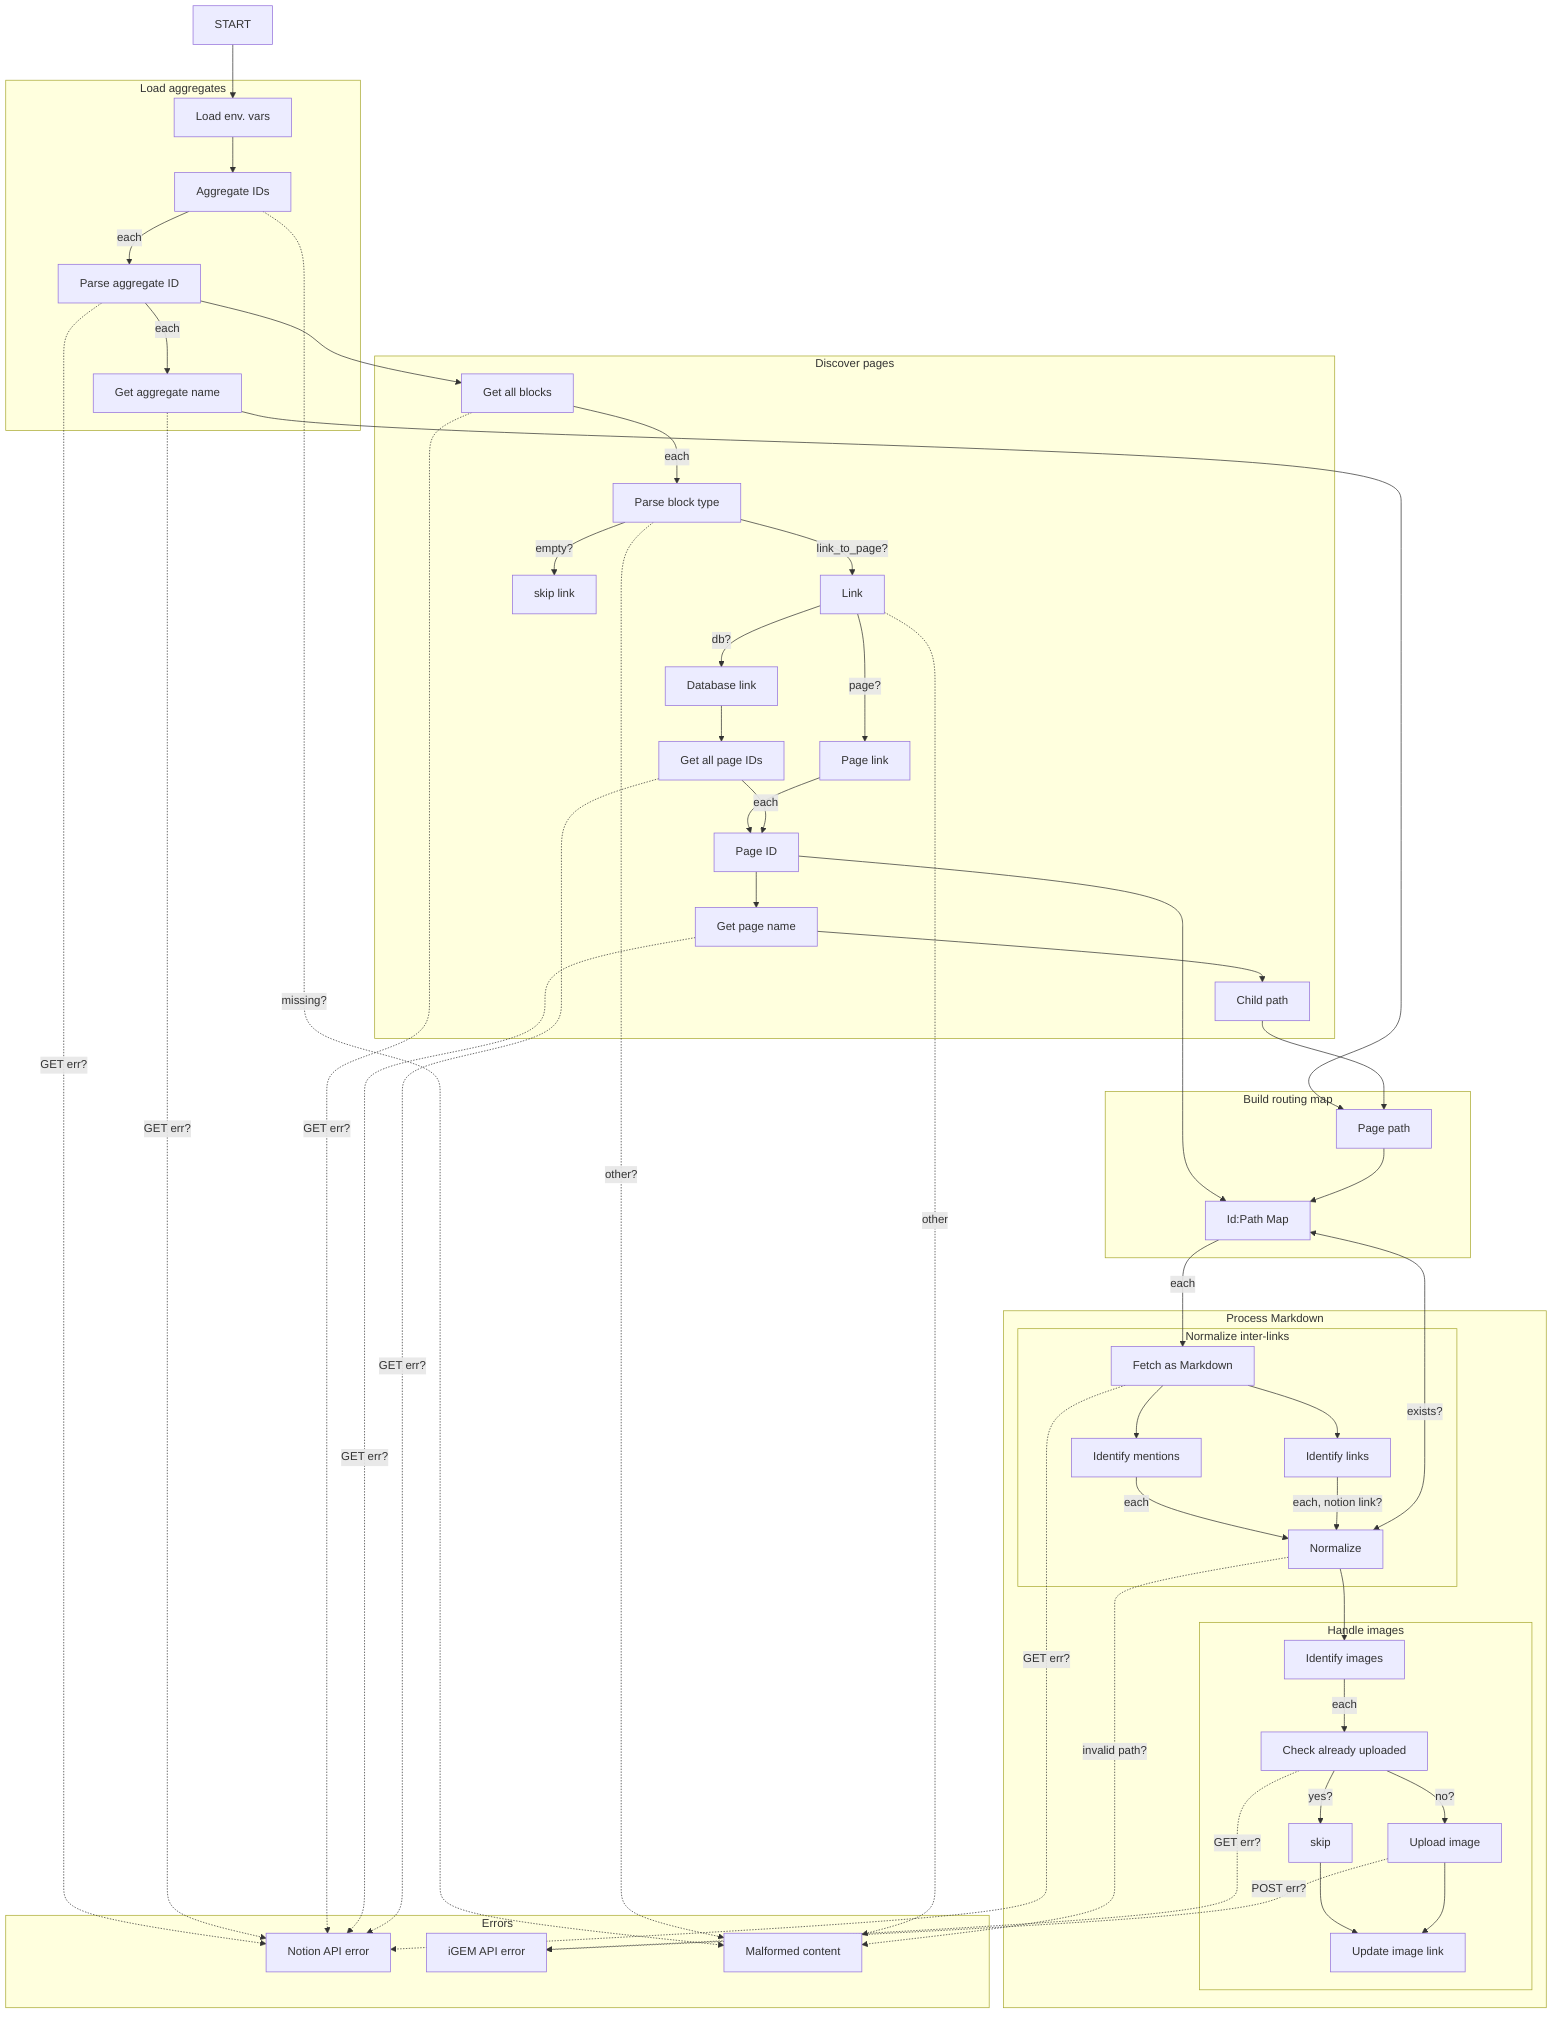
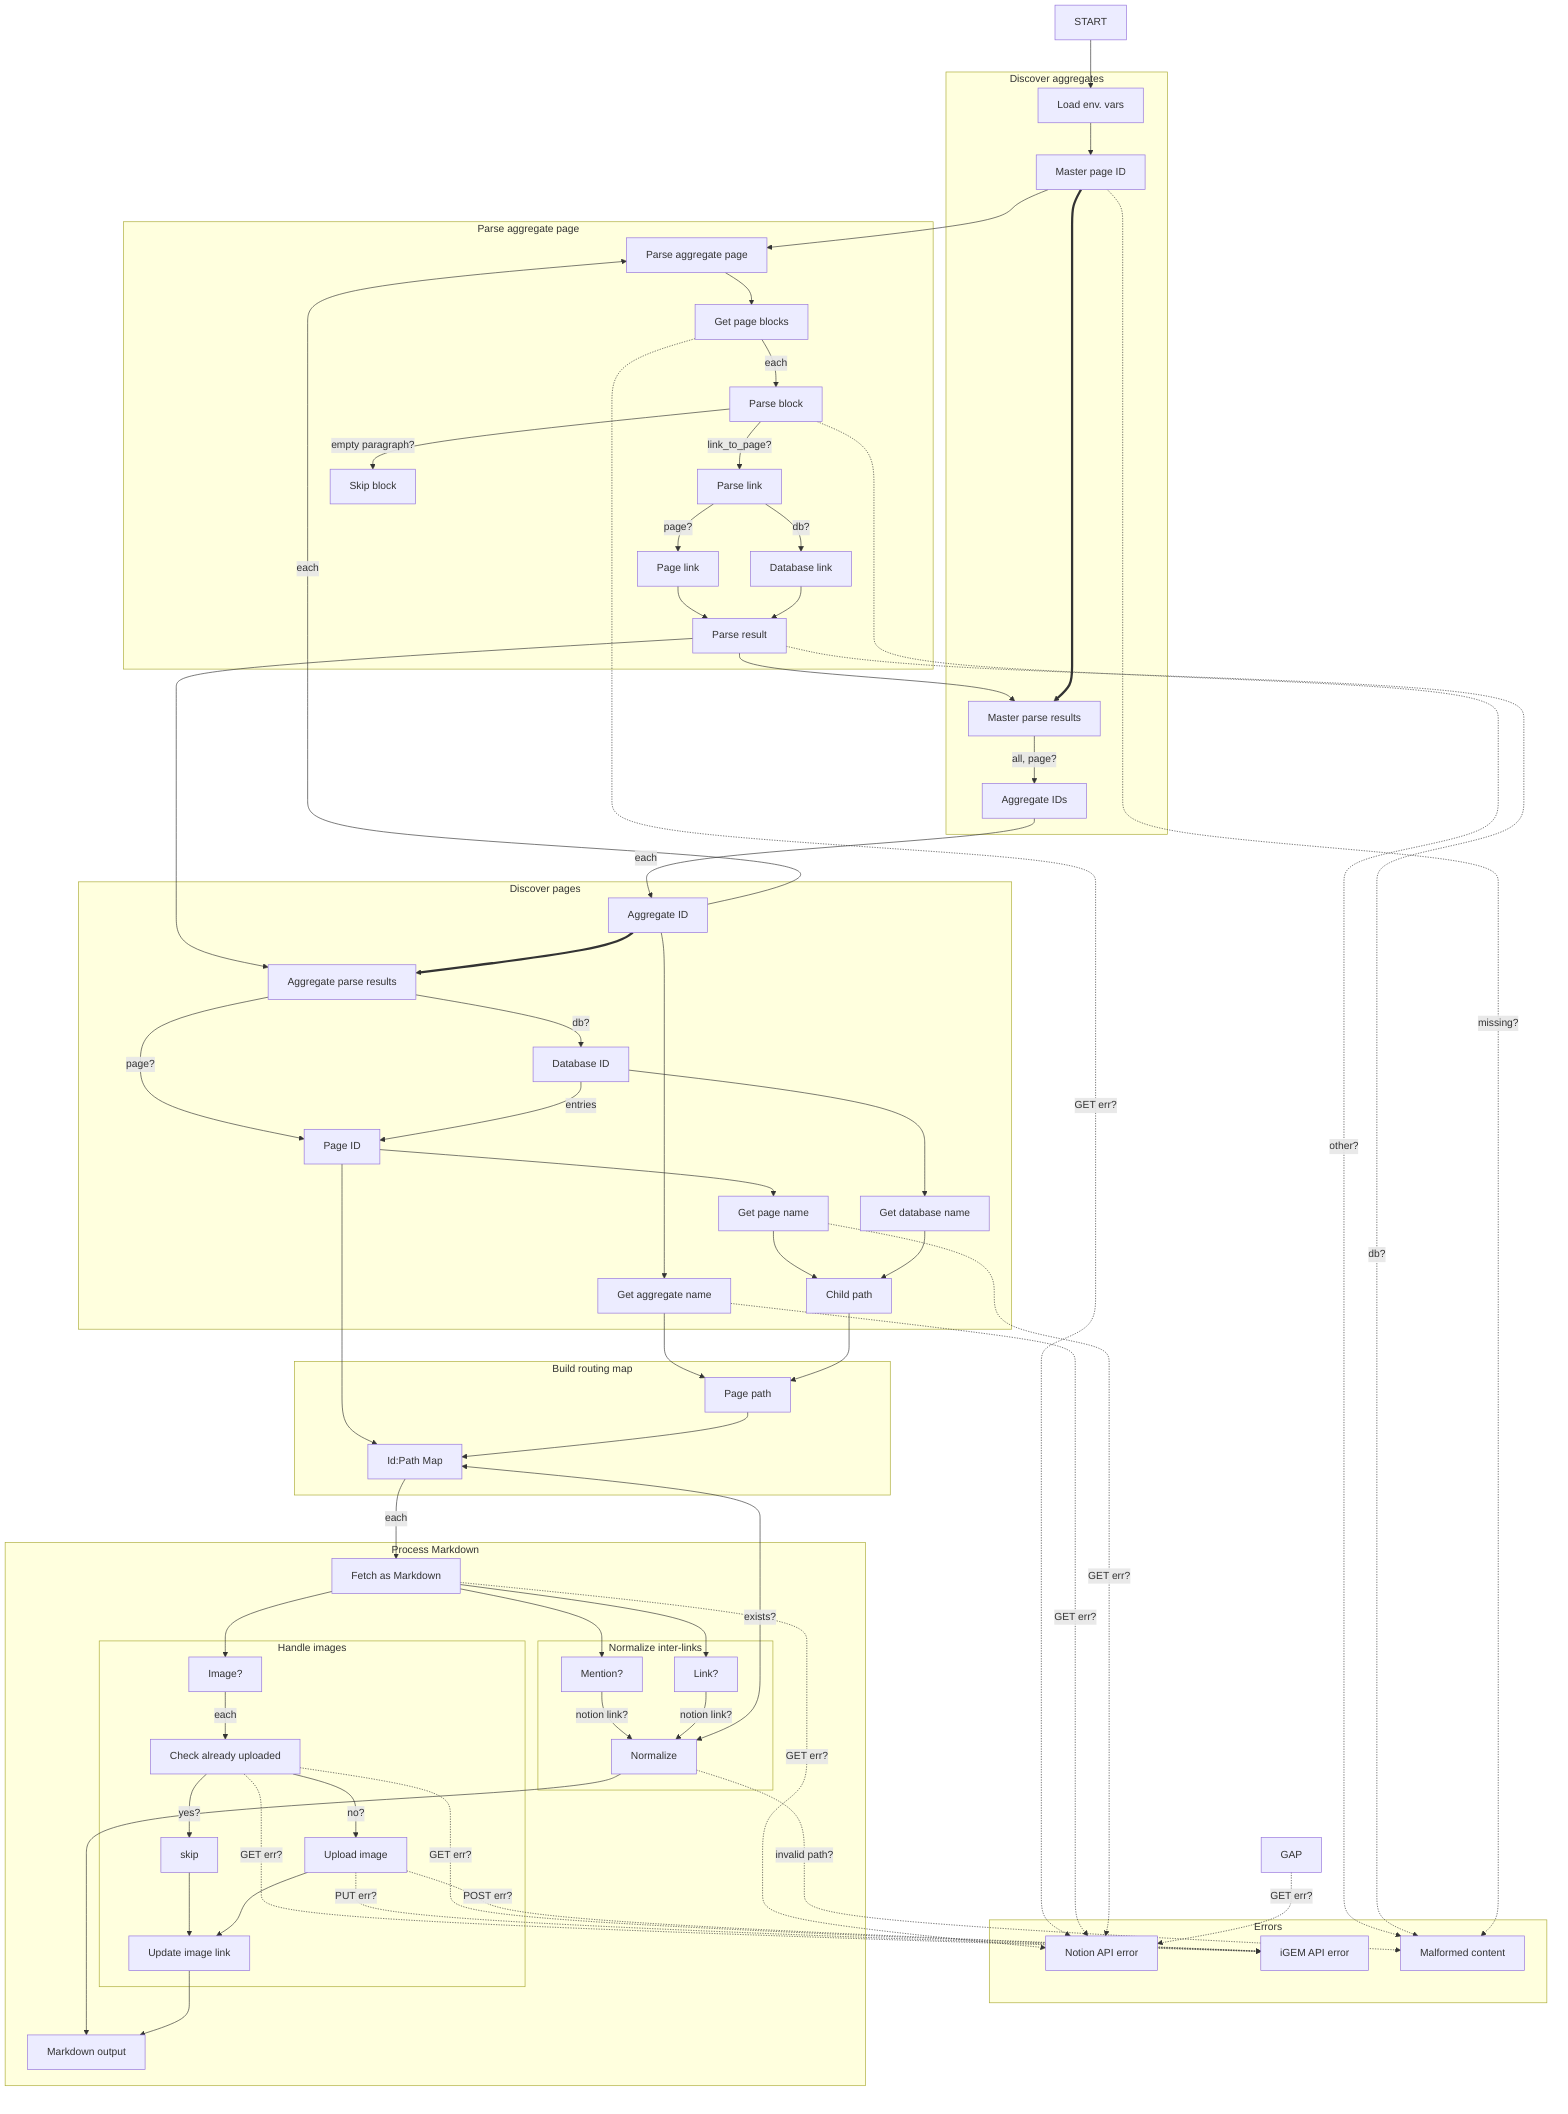
flowchart TD
    subgraph "Errors"
        ERRNAPI[Notion API error]
        ERRIAPI[iGEM API error]
        ERRM[Malformed content]
    end
    START

    START --> LENV[Load env. vars]

-     subgraph "Load aggregates"
-         LENV --> AID[Aggregate IDs]
+     subgraph "Parse aggregate page"
+         PAP[Parse aggregate page]

-         AID -->|each| PAID[Parse aggregate ID]
-         PAID -->|each| GAN[Get aggregate name]
+         PAP --> GPB[Get page blocks]
+         GPB -->|each| PPB[Parse block]
+         PPB -->|link_to_page?| PBL[Parse link]
+         PPB -->|empty paragraph?| SB[Skip block]
+ 
+         PBL -->|page?| PL[Page link]
+         PBL -->|db?| DL[Database link]
+ 
+         PRES[Parse result]
+         PL --> PRES
+         DL --> PRES
    end
-         AID -.->|missing?| ERRM
-         PAID -.->|GET err?| ERRNAPI
-         GAN -.->|GET err?| ERRNAPI
+         GPB -.->|GET err?| ERRNAPI
+         PPB -.->|other?| ERRM
+ 
+     subgraph "Discover aggregates"
+         LENV --> MID[Master page ID]
+ 
+         MID --> PAP
+         PRES --> MPR[Master parse results]
+         MID ==> MPR
+ 
+         MPR -->|all, page?| AIDS[Aggregate IDs]
+ 
+     end
+         PRES -.->|db?| ERRM
+         MID -.->|missing?| ERRM


    subgraph "Discover pages"
-         PAID --> GAB[Get all blocks]
-         GAB -->|each| PT[Parse block type]
+         AIDS -->|each| AID[Aggregate ID]
+         AID --> GAN[Get aggregate name]

-         PT -->|link_to_page?| L[Link]
-         PT -->|empty?| SL[skip link]
+         AID -->|each| PAP[Parse aggregate page]
+         PRES --> APR[Aggregate parse results]
+         AID ==> APR

-         L -->|page?| PL[Page link]
-         L -->|db?| DL[Database link]
+         APR -->|page?| PID[Page ID]
+         PID --> GPN[Get page name]

-         PL --> PID[Page ID]
-         PID --> GPN[Get page name]
+         APR -->|db?| DID[Database ID]
+         DID --> GDN[Get database name]
+         DID -->|entries| PID
+ 
        GPN --> CP[Child path]
- 
-         DL --> GAP[Get all page IDs]
-         GAP -->|each| PID
+         GDN --> CP
    end
-         GAB -.->|GET err?| ERRNAPI
-         PT -.->|other?| ERRM
-         L -.-> |other| ERRM
+         GAN -.->|GET err?| ERRNAPI
        GPN -.->|GET err?| ERRNAPI
        GAP -.->|GET err?| ERRNAPI


    subgraph "Build routing map"
        GAN --> PP[Page path]
        CP --> PP

        MAP[Id:Path Map]
        PID --> MAP
        PP --> MAP
    end

    subgraph "Process Markdown"
        MAP -->|each| FM[Fetch as Markdown]

+         FM --> IM[Mention?]
+         FM --> IL[Link?]
        subgraph "Normalize inter-links"
-             FM --> IM[Identify mentions]
-             IM -->|each| NML[Normalize]
+             IM -->|notion link?| NL[Normalize]
+             IL -->|notion link?| NL

-             FM --> IL[Identify links]
-             IL -->|each, notion link?| NML
+             NL <-->|exists?| MAP
+         end
+             NL -.->|invalid path?| ERRM
+         NL --> MOUT

-             NML <-->|exists?| MAP
-         end
-             NML -.->|invalid path?| ERRM
- 
-         NML --> II[Identify images]
+         FM --> II[Image?]
        subgraph "Handle images"
            II -->|each| CE[Check already uploaded]
            CE -->|yes?| SI[skip]
            CE -->|no?| UI[Upload image]

            UIL[Update image link]
            SI --> UIL
            UI --> UIL
        end
+             CE -.->|GET err?| ERRIAPI
+             UI -.->|PUT err?| ERRIAPI
+         UIL --> MOUT
+ 
+         MOUT[Markdown output]
+ 
+ 
    end
        FM -.->|GET err?| ERRNAPI
        CE -.->|GET err?| ERRIAPI
        UI -.->|POST err?| ERRIAPI
